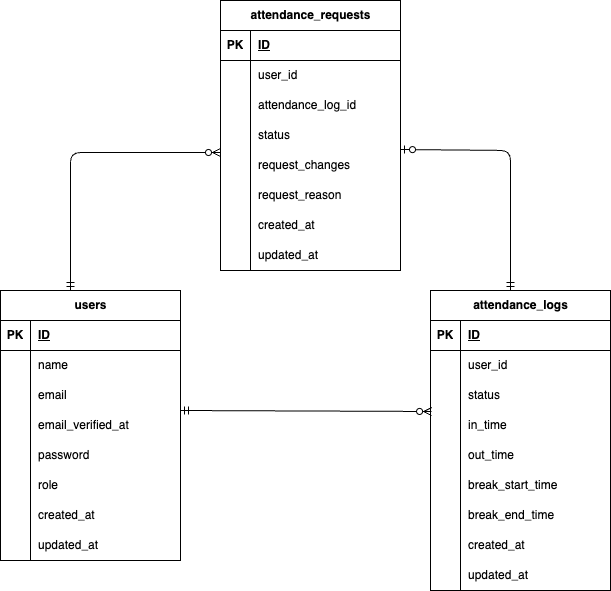
Before: attendance-management-system.drawio.png, a diagram exported from draw.io (saaya0401/attendance-management-system). Source tidied: cells renumbered, new cells last; positions are measured from the earlier drawing's top-left corner, leaving out a move shared by most shapes.
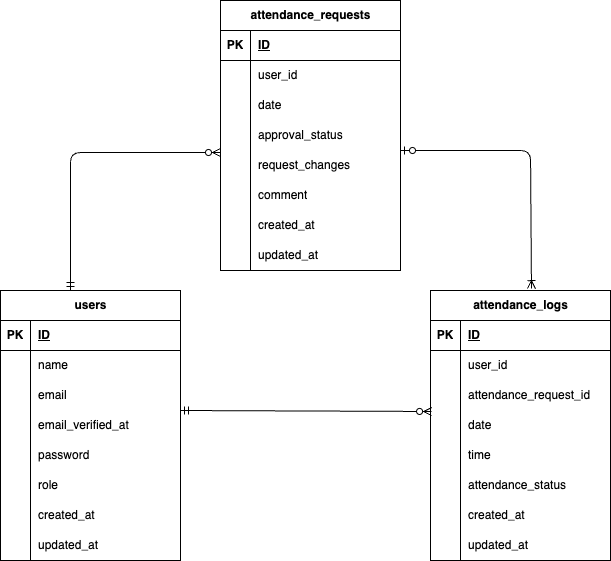
After the change.

What changed in the source:
```diff
@@ -78,7 +78,7 @@
       <mxGeometry x="30" width="150" height="30" as="geometry" />
     </mxCell>
     <mxCell id="27" value="attendance_logs" style="shape=table;startSize=30;rowLines=0;fontStyle=1;align=center;html=1;" parent="1" vertex="1">
-      <mxGeometry x="430" y="290" width="180" height="300" as="geometry" />
+      <mxGeometry x="430" y="290" width="180" height="270" as="geometry" />
     </mxCell>
     <mxCell id="28" style="shape=tableRow;horizontal=0;startSize=0;swimlaneHead=0;swimlaneBody=0;fillColor=none;top=0;left=0;right=0;bottom=1;" parent="27" vertex="1">
       <mxGeometry y="30" width="180" height="30" as="geometry" />
@@ -104,63 +104,54 @@
     <mxCell id="35" style="shape=partialRectangle;fillColor=none;top=0;left=0;bottom=0;right=0;overflow=hidden;whiteSpace=wrap;html=1;" parent="34" vertex="1">
       <mxGeometry width="30" height="30" as="geometry" />
     </mxCell>
-    <mxCell id="36" value="status" style="shape=partialRectangle;fillColor=none;top=0;left=0;bottom=0;right=0;align=left;spacingLeft=6;overflow=hidden;whiteSpace=wrap;html=1;" parent="34" vertex="1">
+    <mxCell id="36" value="attendance_request_id" style="shape=partialRectangle;fillColor=none;top=0;left=0;bottom=0;right=0;align=left;spacingLeft=6;overflow=hidden;whiteSpace=wrap;html=1;" parent="34" vertex="1">
       <mxGeometry x="30" width="150" height="30" as="geometry" />
     </mxCell>
-    <mxCell id="37" style="shape=tableRow;horizontal=0;startSize=0;swimlaneHead=0;swimlaneBody=0;fillColor=none;top=0;left=0;right=0;bottom=0;" parent="27" vertex="1">
-      <mxGeometry y="120" width="180" height="30" as="geometry" />
-    </mxCell>
-    <mxCell id="38" style="shape=partialRectangle;fillColor=none;top=0;left=0;bottom=0;right=0;overflow=hidden;whiteSpace=wrap;html=1;" parent="37" vertex="1">
-      <mxGeometry width="30" height="30" as="geometry" />
-    </mxCell>
-    <mxCell id="39" value="in_time" style="shape=partialRectangle;fillColor=none;top=0;left=0;bottom=0;right=0;align=left;spacingLeft=6;overflow=hidden;whiteSpace=wrap;html=1;" parent="37" vertex="1">
-      <mxGeometry x="30" width="150" height="30" as="geometry" />
-    </mxCell>
-    <mxCell id="40" style="shape=tableRow;horizontal=0;startSize=0;swimlaneHead=0;swimlaneBody=0;fillColor=none;top=0;left=0;right=0;bottom=0;" parent="27" vertex="1">
-      <mxGeometry y="150" width="180" height="30" as="geometry" />
-    </mxCell>
-    <mxCell id="41" style="shape=partialRectangle;fillColor=none;top=0;left=0;bottom=0;right=0;overflow=hidden;whiteSpace=wrap;html=1;" parent="40" vertex="1">
-      <mxGeometry width="30" height="30" as="geometry" />
-    </mxCell>
-    <mxCell id="42" value="out_time" style="shape=partialRectangle;fillColor=none;top=0;left=0;bottom=0;right=0;align=left;spacingLeft=6;overflow=hidden;whiteSpace=wrap;html=1;" parent="40" vertex="1">
-      <mxGeometry x="30" width="150" height="30" as="geometry" />
-    </mxCell>
     <mxCell id="43" style="shape=tableRow;horizontal=0;startSize=0;swimlaneHead=0;swimlaneBody=0;fillColor=none;top=0;left=0;right=0;bottom=0;" parent="27" vertex="1">
-      <mxGeometry y="180" width="180" height="30" as="geometry" />
+      <mxGeometry y="120" width="180" height="30" as="geometry" />
     </mxCell>
     <mxCell id="44" style="shape=partialRectangle;fillColor=none;top=0;left=0;bottom=0;right=0;overflow=hidden;whiteSpace=wrap;html=1;" parent="43" vertex="1">
       <mxGeometry width="30" height="30" as="geometry" />
     </mxCell>
-    <mxCell id="45" value="break_start_time" style="shape=partialRectangle;fillColor=none;top=0;left=0;bottom=0;right=0;align=left;spacingLeft=6;overflow=hidden;whiteSpace=wrap;html=1;" parent="43" vertex="1">
+    <mxCell id="45" value="date" style="shape=partialRectangle;fillColor=none;top=0;left=0;bottom=0;right=0;align=left;spacingLeft=6;overflow=hidden;whiteSpace=wrap;html=1;" parent="43" vertex="1">
       <mxGeometry x="30" width="150" height="30" as="geometry" />
     </mxCell>
     <mxCell id="46" style="shape=tableRow;horizontal=0;startSize=0;swimlaneHead=0;swimlaneBody=0;fillColor=none;top=0;left=0;right=0;bottom=0;" parent="27" vertex="1">
-      <mxGeometry y="210" width="180" height="30" as="geometry" />
+      <mxGeometry y="150" width="180" height="30" as="geometry" />
     </mxCell>
     <mxCell id="47" style="shape=partialRectangle;fillColor=none;top=0;left=0;bottom=0;right=0;overflow=hidden;whiteSpace=wrap;html=1;" parent="46" vertex="1">
       <mxGeometry width="30" height="30" as="geometry" />
     </mxCell>
-    <mxCell id="48" value="break_end_time" style="shape=partialRectangle;fillColor=none;top=0;left=0;bottom=0;right=0;align=left;spacingLeft=6;overflow=hidden;whiteSpace=wrap;html=1;" parent="46" vertex="1">
+    <mxCell id="48" value="time" style="shape=partialRectangle;fillColor=none;top=0;left=0;bottom=0;right=0;align=left;spacingLeft=6;overflow=hidden;whiteSpace=wrap;html=1;" parent="46" vertex="1">
       <mxGeometry x="30" width="150" height="30" as="geometry" />
     </mxCell>
     <mxCell id="49" style="shape=tableRow;horizontal=0;startSize=0;swimlaneHead=0;swimlaneBody=0;fillColor=none;top=0;left=0;right=0;bottom=0;" parent="27" vertex="1">
-      <mxGeometry y="240" width="180" height="30" as="geometry" />
+      <mxGeometry y="180" width="180" height="30" as="geometry" />
     </mxCell>
     <mxCell id="50" style="shape=partialRectangle;fillColor=none;top=0;left=0;bottom=0;right=0;overflow=hidden;whiteSpace=wrap;html=1;" parent="49" vertex="1">
       <mxGeometry width="30" height="30" as="geometry" />
     </mxCell>
-    <mxCell id="51" value="created_at" style="shape=partialRectangle;fillColor=none;top=0;left=0;bottom=0;right=0;align=left;spacingLeft=6;overflow=hidden;whiteSpace=wrap;html=1;" parent="49" vertex="1">
+    <mxCell id="51" value="attendance_status" style="shape=partialRectangle;fillColor=none;top=0;left=0;bottom=0;right=0;align=left;spacingLeft=6;overflow=hidden;whiteSpace=wrap;html=1;" parent="49" vertex="1">
       <mxGeometry x="30" width="150" height="30" as="geometry" />
     </mxCell>
     <mxCell id="52" style="shape=tableRow;horizontal=0;startSize=0;swimlaneHead=0;swimlaneBody=0;fillColor=none;top=0;left=0;right=0;bottom=0;" parent="27" vertex="1">
-      <mxGeometry y="270" width="180" height="30" as="geometry" />
+      <mxGeometry y="210" width="180" height="30" as="geometry" />
     </mxCell>
     <mxCell id="53" style="shape=partialRectangle;fillColor=none;top=0;left=0;bottom=0;right=0;overflow=hidden;whiteSpace=wrap;html=1;" parent="52" vertex="1">
       <mxGeometry width="30" height="30" as="geometry" />
     </mxCell>
-    <mxCell id="54" value="updated_at" style="shape=partialRectangle;fillColor=none;top=0;left=0;bottom=0;right=0;align=left;spacingLeft=6;overflow=hidden;whiteSpace=wrap;html=1;" parent="52" vertex="1">
+    <mxCell id="54" value="created_at" style="shape=partialRectangle;fillColor=none;top=0;left=0;bottom=0;right=0;align=left;spacingLeft=6;overflow=hidden;whiteSpace=wrap;html=1;" parent="52" vertex="1">
       <mxGeometry x="30" width="150" height="30" as="geometry" />
     </mxCell>
+    <mxCell id="83" style="shape=tableRow;horizontal=0;startSize=0;swimlaneHead=0;swimlaneBody=0;fillColor=none;top=0;left=0;right=0;bottom=0;" parent="27" vertex="1">
+      <mxGeometry y="240" width="180" height="30" as="geometry" />
+    </mxCell>
+    <mxCell id="84" style="shape=partialRectangle;fillColor=none;top=0;left=0;bottom=0;right=0;overflow=hidden;whiteSpace=wrap;html=1;" parent="83" vertex="1">
+      <mxGeometry width="30" height="30" as="geometry" />
+    </mxCell>
+    <mxCell id="85" value="updated_at" style="shape=partialRectangle;fillColor=none;top=0;left=0;bottom=0;right=0;align=left;spacingLeft=6;overflow=hidden;whiteSpace=wrap;html=1;" parent="83" vertex="1">
+      <mxGeometry x="30" width="150" height="30" as="geometry" />
+    </mxCell>
     <mxCell id="55" value="attendance_requests" style="shape=table;startSize=30;rowLines=0;fontStyle=1;align=center;html=1;" parent="1" vertex="1">
       <mxGeometry x="220" width="180" height="270" as="geometry" />
     </mxCell>
@@ -188,7 +179,7 @@
     <mxCell id="63" style="shape=partialRectangle;fillColor=none;top=0;left=0;bottom=0;right=0;overflow=hidden;whiteSpace=wrap;html=1;" parent="62" vertex="1">
       <mxGeometry width="30" height="30" as="geometry" />
     </mxCell>
-    <mxCell id="64" value="attendance_log_id" style="shape=partialRectangle;fillColor=none;top=0;left=0;bottom=0;right=0;align=left;spacingLeft=6;overflow=hidden;whiteSpace=wrap;html=1;" parent="62" vertex="1">
+    <mxCell id="64" value="date" style="shape=partialRectangle;fillColor=none;top=0;left=0;bottom=0;right=0;align=left;spacingLeft=6;overflow=hidden;whiteSpace=wrap;html=1;" parent="62" vertex="1">
       <mxGeometry x="30" width="150" height="30" as="geometry" />
     </mxCell>
     <mxCell id="65" style="shape=tableRow;horizontal=0;startSize=0;swimlaneHead=0;swimlaneBody=0;fillColor=none;top=0;left=0;right=0;bottom=0;" parent="55" vertex="1">
@@ -197,7 +188,7 @@
     <mxCell id="66" style="shape=partialRectangle;fillColor=none;top=0;left=0;bottom=0;right=0;overflow=hidden;whiteSpace=wrap;html=1;" parent="65" vertex="1">
       <mxGeometry width="30" height="30" as="geometry" />
     </mxCell>
-    <mxCell id="67" value="status" style="shape=partialRectangle;fillColor=none;top=0;left=0;bottom=0;right=0;align=left;spacingLeft=6;overflow=hidden;whiteSpace=wrap;html=1;" parent="65" vertex="1">
+    <mxCell id="67" value="approval_status" style="shape=partialRectangle;fillColor=none;top=0;left=0;bottom=0;right=0;align=left;spacingLeft=6;overflow=hidden;whiteSpace=wrap;html=1;" parent="65" vertex="1">
       <mxGeometry x="30" width="150" height="30" as="geometry" />
     </mxCell>
     <mxCell id="68" style="shape=tableRow;horizontal=0;startSize=0;swimlaneHead=0;swimlaneBody=0;fillColor=none;top=0;left=0;right=0;bottom=0;" parent="55" vertex="1">
@@ -215,7 +206,7 @@
     <mxCell id="72" style="shape=partialRectangle;fillColor=none;top=0;left=0;bottom=0;right=0;overflow=hidden;whiteSpace=wrap;html=1;" parent="71" vertex="1">
       <mxGeometry width="30" height="30" as="geometry" />
     </mxCell>
-    <mxCell id="73" value="request_reason" style="shape=partialRectangle;fillColor=none;top=0;left=0;bottom=0;right=0;align=left;spacingLeft=6;overflow=hidden;whiteSpace=wrap;html=1;" parent="71" vertex="1">
+    <mxCell id="73" value="comment" style="shape=partialRectangle;fillColor=none;top=0;left=0;bottom=0;right=0;align=left;spacingLeft=6;overflow=hidden;whiteSpace=wrap;html=1;" parent="71" vertex="1">
       <mxGeometry x="30" width="150" height="30" as="geometry" />
     </mxCell>
     <mxCell id="74" style="shape=tableRow;horizontal=0;startSize=0;swimlaneHead=0;swimlaneBody=0;fillColor=none;top=0;left=0;right=0;bottom=0;" parent="55" vertex="1">
@@ -250,14 +241,13 @@
         <mxPoint x="180" y="410" as="sourcePoint" />
       </mxGeometry>
     </mxCell>
-    <mxCell id="82" style="fontSize=12;html=1;endArrow=ERzeroToOne;startArrow=ERmandOne;" parent="1" edge="1">
-      <mxGeometry relative="1" as="geometry">
-        <mxPoint x="510" y="290" as="sourcePoint" />
-        <mxPoint x="400" y="149" as="targetPoint" />
-        <Array as="points">
-          <mxPoint x="510" y="150" />
-        </Array>
-      </mxGeometry>
-    </mxCell>
+    <mxCell id="86" style="fontSize=12;html=1;endArrow=ERoneToMany;startArrow=ERzeroToOne;entryX=0.561;entryY=-0.007;entryDx=0;entryDy=0;entryPerimeter=0;" parent="1" edge="1" target="27">
+      <mxGeometry relative="1" as="geometry">
+        <mxPoint x="400" y="150" as="sourcePoint" />
+        <Array as="points">
+          <mxPoint x="530" y="150" />
+        </Array>
+      </mxGeometry>
+    </mxCell>
   </root>
 </mxGraphModel>
```
